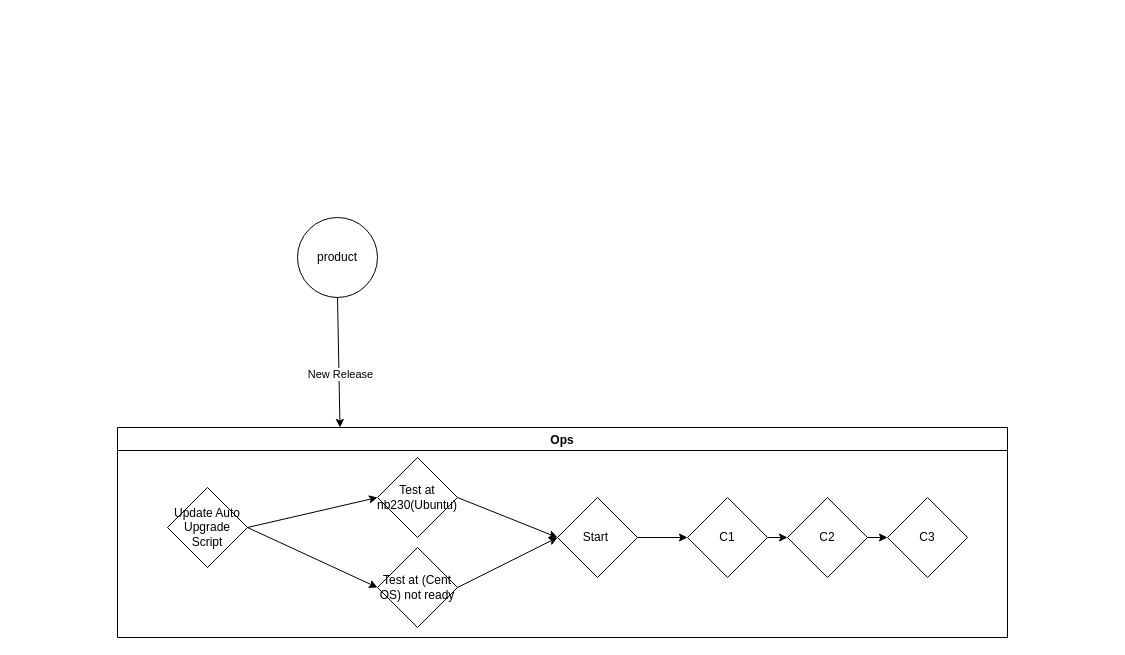
Before: upgrade flow.drawio in QAlexBall/diagrams, a draw.io diagram. Source tidied: cells renumbered, new cells numbered last; positions are measured from the earlier drawing's top-left corner, leaving out a move shared by most shapes. Both pictures are drawn from the tidied source at 100%, with x=0, y=0 at pixel (117, 217).
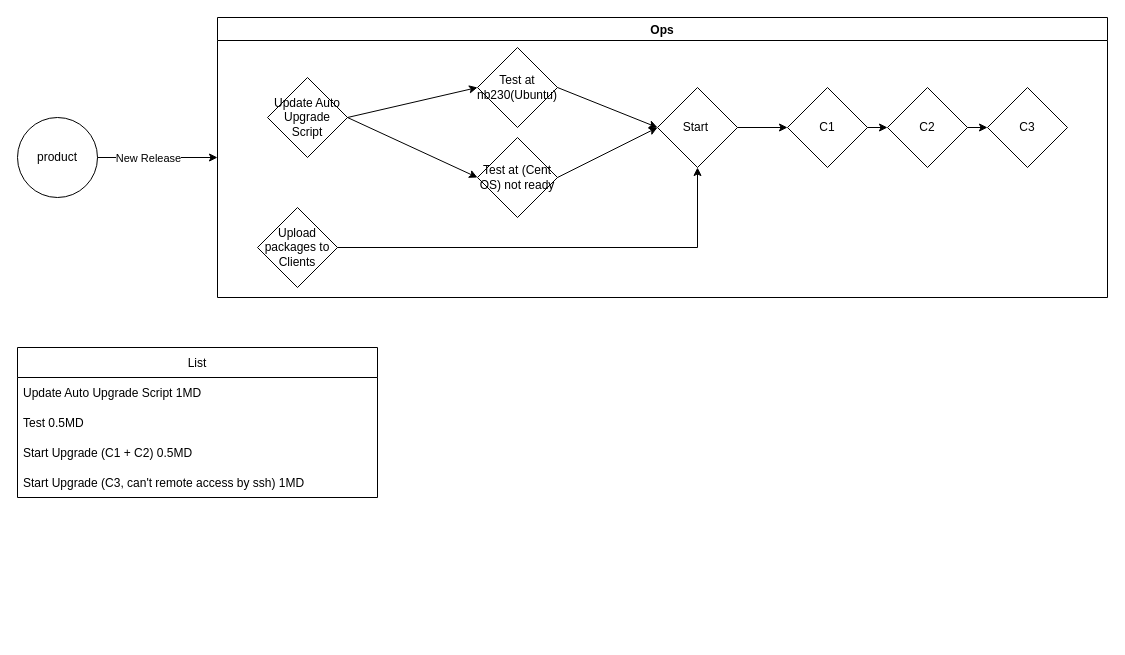
After the change.

The change refers to these unchanged cells:
```xml
<mxCell id="11" value="Start&amp;nbsp;" style="rhombus;whiteSpace=wrap;html=1;" parent="5" vertex="1">
  <mxGeometry x="440" y="70" width="80" height="80" as="geometry" />
</mxCell>
```

The edit, as a diff of the source:
```diff
@@
     <mxCell id="2" value="product" style="ellipse;whiteSpace=wrap;html=1;" parent="1" vertex="1">
-      <mxGeometry x="180" width="80" height="80" as="geometry" />
+      <mxGeometry x="-100" y="-100" width="80" height="80" as="geometry" />
     </mxCell>
-    <mxCell id="3" style="endArrow=classic;html=1;rounded=0;exitX=0.5;exitY=1;exitDx=0;exitDy=0;entryX=0.25;entryY=0;entryDx=0;entryDy=0;" parent="1" edge="1" source="2" target="5">
+    <mxCell id="3" style="endArrow=classic;html=1;rounded=0;exitX=1;exitY=0.5;exitDx=0;exitDy=0;entryX=0;entryY=0.5;entryDx=0;entryDy=0;" parent="1" edge="1" source="2" target="5">
       <mxGeometry relative="1" as="geometry" />
     </mxCell>
     <mxCell id="4" value="New Release" style="edgeLabel;html=1;align=center;verticalAlign=middle;" parent="3" vertex="1">
-      <mxGeometry x="0.18" y="1" relative="1" as="geometry" />
+      <mxGeometry x="0.18" y="1" relative="1" as="geometry">
+        <mxPoint x="-21" y="1" as="offset" />
+      </mxGeometry>
     </mxCell>
     <mxCell id="5" value="Ops" style="swimlane;" parent="1" vertex="1">
-      <mxGeometry y="210" width="890" height="210" as="geometry" />
+      <mxGeometry x="100" y="-200" width="890" height="280" as="geometry" />
     </mxCell>
@@
+    <mxCell id="20" value="Upload packages to Clients" style="rhombus;whiteSpace=wrap;html=1;" parent="5" vertex="1">
+      <mxGeometry x="40" y="190" width="80" height="80" as="geometry" />
+    </mxCell>
+    <mxCell id="21" style="endArrow=classic;html=1;rounded=0;exitX=1;exitY=0.5;exitDx=0;exitDy=0;entryX=0.5;entryY=1;entryDx=0;entryDy=0;" parent="5" edge="1" source="20" target="11">
+      <mxGeometry relative="1" as="geometry">
+        <Array as="points">
+          <mxPoint x="480" y="230" />
+        </Array>
+      </mxGeometry>
+    </mxCell>
+    <mxCell id="22" value="List" style="swimlane;fontStyle=0;horizontal=1;startSize=30;" parent="1" vertex="1">
+      <mxGeometry x="-100" y="130" width="360" height="150" as="geometry" />
+    </mxCell>
+    <mxCell id="23" value="Update Auto Upgrade Script 1MD" style="text;strokeColor=none;fillColor=none;align=left;verticalAlign=middle;spacingLeft=4;spacingRight=4;overflow=hidden;" parent="22" vertex="1">
+      <mxGeometry y="30" width="360" height="30" as="geometry" />
+    </mxCell>
+    <mxCell id="24" value="Test 0.5MD" style="text;strokeColor=none;fillColor=none;align=left;verticalAlign=middle;spacingLeft=4;spacingRight=4;overflow=hidden;" parent="22" vertex="1">
+      <mxGeometry y="60" width="360" height="30" as="geometry" />
+    </mxCell>
+    <mxCell id="25" value="Start Upgrade (C1 + C2) 0.5MD" style="text;strokeColor=none;fillColor=none;align=left;verticalAlign=middle;spacingLeft=4;spacingRight=4;overflow=hidden;" parent="22" vertex="1">
+      <mxGeometry y="90" width="360" height="30" as="geometry" />
+    </mxCell>
+    <mxCell id="26" value="Start Upgrade (C3, can't remote access by ssh) 1MD" style="text;strokeColor=none;fillColor=none;align=left;verticalAlign=middle;spacingLeft=4;spacingRight=4;overflow=hidden;" parent="22" vertex="1">
+      <mxGeometry y="120" width="360" height="30" as="geometry" />
+    </mxCell>
```
